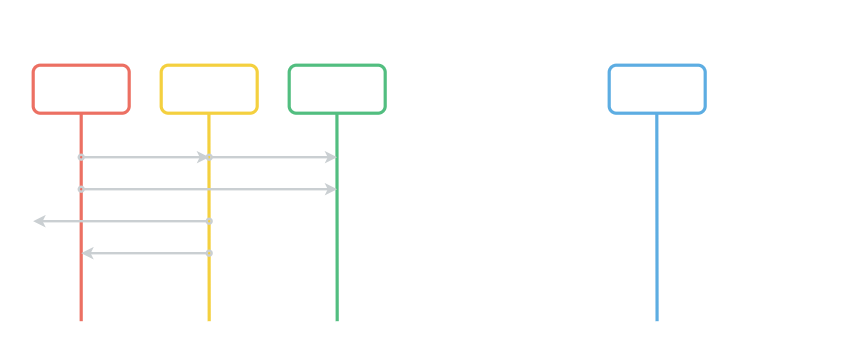
The draw.io diagram images/local_git_repository_basic_workflow.png in joseesco24/notas_de_desarrollo, before a commit. Source tidied: cells renumbered, new cells last; positions are measured from the earlier drawing's top-left corner, leaving out a move shared by most shapes. The source it was exported from:
```xml
<mxGraphModel background="#000000">
  <root>
    <mxCell id="0" />
    <mxCell id="1" parent="0" />
    <mxCell id="2" style="rounded=1;whiteSpace=wrap;html=1;dashed=1;strokeWidth=2;shadow=0;sketch=0;glass=0;fillColor=none;strokeColor=#FFFFFF;" parent="1" vertex="1">
      <mxGeometry x="560" width="520" height="440" as="geometry" />
    </mxCell>
    <mxCell id="3" style="rounded=1;whiteSpace=wrap;html=1;dashed=1;strokeWidth=2;shadow=0;sketch=0;glass=0;fillColor=none;strokeColor=#FFFFFF;" parent="1" vertex="1">
      <mxGeometry width="520" height="440" as="geometry" />
    </mxCell>
    <mxCell id="4" style="rounded=1;whiteSpace=wrap;html=1;strokeColor=#EC7063;strokeWidth=4;fillColor=none;" parent="1" vertex="1">
      <mxGeometry x="40" y="80" width="120" height="60" as="geometry" />
    </mxCell>
    <mxCell id="5" style="rounded=1;whiteSpace=wrap;html=1;strokeColor=#F4D03F;strokeWidth=4;fillColor=none;" parent="1" vertex="1">
      <mxGeometry x="200" y="80" width="120" height="60" as="geometry" />
    </mxCell>
    <mxCell id="6" style="rounded=1;whiteSpace=wrap;html=1;strokeColor=#52BE80;strokeWidth=4;fillColor=none;" parent="1" vertex="1">
      <mxGeometry x="360" y="80" width="120" height="60" as="geometry" />
    </mxCell>
    <mxCell id="7" style="endArrow=none;html=1;entryX=0.5;entryY=1;entryDx=0;entryDy=0;strokeColor=#EC7063;strokeWidth=4;" parent="1" edge="1" target="4">
      <mxGeometry relative="1" as="geometry">
        <mxPoint x="100" y="400" as="sourcePoint" />
      </mxGeometry>
    </mxCell>
    <mxCell id="8" style="endArrow=none;html=1;entryX=0.5;entryY=1;entryDx=0;entryDy=0;strokeColor=#F4D03F;strokeWidth=4;" parent="1" edge="1">
      <mxGeometry relative="1" as="geometry">
        <mxPoint x="260" y="400" as="sourcePoint" />
        <mxPoint x="259.7" y="140" as="targetPoint" />
      </mxGeometry>
    </mxCell>
    <mxCell id="9" style="endArrow=none;html=1;entryX=0.5;entryY=1;entryDx=0;entryDy=0;strokeColor=#52BE80;strokeWidth=4;" parent="1" edge="1">
      <mxGeometry relative="1" as="geometry">
        <mxPoint x="420" y="400" as="sourcePoint" />
        <mxPoint x="419.7" y="140" as="targetPoint" />
      </mxGeometry>
    </mxCell>
    <mxCell id="10" value="&lt;h1&gt;&lt;font color=&quot;#ffffff&quot;&gt;Local&lt;/font&gt;&lt;/h1&gt;" style="text;html=1;strokeColor=none;fillColor=none;align=center;verticalAlign=middle;whiteSpace=wrap;rounded=0;shadow=0;glass=0;dashed=1;sketch=0;" parent="1" vertex="1">
      <mxGeometry x="200" y="20" width="120" height="40" as="geometry" />
    </mxCell>
    <mxCell id="11" value="&lt;h3&gt;&lt;font color=&quot;#ffffff&quot;&gt;Área de staging&lt;/font&gt;&lt;/h3&gt;" style="text;html=1;strokeColor=none;fillColor=none;align=center;verticalAlign=middle;whiteSpace=wrap;rounded=0;shadow=0;glass=0;dashed=1;sketch=0;" parent="1" vertex="1">
      <mxGeometry x="200" y="90" width="120" height="40" as="geometry" />
    </mxCell>
    <mxCell id="12" value="&lt;h3&gt;&lt;font color=&quot;#ffffff&quot;&gt;Repositorio local&lt;/font&gt;&lt;br&gt;&lt;/h3&gt;" style="text;html=1;strokeColor=none;fillColor=none;align=center;verticalAlign=middle;whiteSpace=wrap;rounded=0;shadow=0;glass=0;dashed=1;sketch=0;" parent="1" vertex="1">
      <mxGeometry x="360" y="90" width="120" height="40" as="geometry" />
    </mxCell>
    <mxCell id="13" value="&lt;h3&gt;&lt;font color=&quot;#ffffff&quot;&gt;Directorio de trabajo&lt;/font&gt;&lt;br&gt;&lt;/h3&gt;" style="text;html=1;strokeColor=none;fillColor=none;align=center;verticalAlign=middle;whiteSpace=wrap;rounded=0;shadow=0;glass=0;dashed=1;sketch=0;" parent="1" vertex="1">
      <mxGeometry x="40" y="90" width="120" height="40" as="geometry" />
    </mxCell>
    <mxCell id="14" style="endArrow=classic;html=1;strokeWidth=3;strokeColor=#CACFD2;startArrow=oval;startFill=0;" parent="1" edge="1">
      <mxGeometry relative="1" as="geometry">
        <mxPoint x="100" y="195" as="sourcePoint" />
        <mxPoint x="260" y="195" as="targetPoint" />
      </mxGeometry>
    </mxCell>
    <mxCell id="15" style="endArrow=classic;html=1;strokeWidth=3;strokeColor=#CACFD2;startArrow=oval;startFill=0;" parent="1" edge="1">
      <mxGeometry relative="1" as="geometry">
        <mxPoint x="260" y="195" as="sourcePoint" />
        <mxPoint x="420" y="195" as="targetPoint" />
      </mxGeometry>
    </mxCell>
    <mxCell id="16" value="&lt;font style=&quot;font-size: 12px&quot; color=&quot;#ffffff&quot;&gt;&lt;b&gt;git add&lt;/b&gt;&lt;/font&gt;" style="text;html=1;strokeColor=none;fillColor=none;align=center;verticalAlign=middle;whiteSpace=wrap;rounded=0;shadow=0;glass=0;dashed=1;sketch=0;" parent="1" vertex="1">
      <mxGeometry x="150" y="175" width="60" height="20" as="geometry" />
    </mxCell>
    <mxCell id="17" value="&lt;b&gt;&lt;font color=&quot;#ffffff&quot;&gt;git commit&lt;/font&gt;&lt;/b&gt;" style="text;html=1;strokeColor=none;fillColor=none;align=center;verticalAlign=middle;whiteSpace=wrap;rounded=0;shadow=0;glass=0;dashed=1;sketch=0;" parent="1" vertex="1">
      <mxGeometry x="300" y="175" width="80" height="20" as="geometry" />
    </mxCell>
    <mxCell id="18" style="endArrow=oval;html=1;strokeWidth=3;startArrow=classic;startFill=1;endFill=0;strokeColor=#CACFD2;" parent="1" edge="1">
      <mxGeometry relative="1" as="geometry">
        <mxPoint x="100" y="315" as="sourcePoint" />
        <mxPoint x="260" y="315" as="targetPoint" />
      </mxGeometry>
    </mxCell>
    <mxCell id="19" value="&lt;font style=&quot;font-size: 12px&quot; color=&quot;#ffffff&quot;&gt;&lt;b&gt;git rm --cached&lt;/b&gt;&lt;/font&gt;" style="text;html=1;strokeColor=none;fillColor=none;align=center;verticalAlign=middle;whiteSpace=wrap;rounded=0;shadow=0;glass=0;dashed=1;sketch=0;" parent="1" vertex="1">
      <mxGeometry x="130" y="295" width="100" height="20" as="geometry" />
    </mxCell>
    <mxCell id="20" style="endArrow=oval;html=1;strokeWidth=3;startArrow=classic;startFill=1;endFill=0;strokeColor=#CACFD2;" parent="1" edge="1">
      <mxGeometry relative="1" as="geometry">
        <mxPoint x="40" y="275" as="sourcePoint" />
        <mxPoint x="260" y="275" as="targetPoint" />
      </mxGeometry>
    </mxCell>
    <mxCell id="21" value="&lt;font style=&quot;font-size: 12px&quot; color=&quot;#ffffff&quot;&gt;&lt;b&gt;git rm --force&lt;/b&gt;&lt;/font&gt;" style="text;html=1;strokeColor=none;fillColor=none;align=center;verticalAlign=middle;whiteSpace=wrap;rounded=0;shadow=0;glass=0;dashed=1;sketch=0;" parent="1" vertex="1">
      <mxGeometry x="130" y="255" width="100" height="20" as="geometry" />
    </mxCell>
    <mxCell id="22" style="endArrow=classic;html=1;strokeWidth=3;startArrow=oval;startFill=0;endFill=1;strokeColor=#CACFD2;" parent="1" edge="1">
      <mxGeometry relative="1" as="geometry">
        <mxPoint x="100" y="235" as="sourcePoint" />
        <mxPoint x="420" y="235" as="targetPoint" />
      </mxGeometry>
    </mxCell>
    <mxCell id="23" value="&lt;font style=&quot;font-size: 12px&quot; color=&quot;#ffffff&quot;&gt;&lt;b&gt;git commit --all&lt;/b&gt;&lt;/font&gt;" style="text;html=1;strokeColor=none;fillColor=none;align=center;verticalAlign=middle;whiteSpace=wrap;rounded=0;shadow=0;glass=0;dashed=1;sketch=0;" parent="1" vertex="1">
      <mxGeometry x="130" y="215" width="100" height="20" as="geometry" />
    </mxCell>
    <mxCell id="24" style="rounded=1;whiteSpace=wrap;html=1;strokeWidth=4;fillColor=none;strokeColor=#5DADE2;" parent="1" vertex="1">
      <mxGeometry x="760" y="80" width="120" height="60" as="geometry" />
    </mxCell>
    <mxCell id="25" value="&lt;h3&gt;&lt;font color=&quot;#ffffff&quot;&gt;Repositorio remoto&lt;/font&gt;&lt;/h3&gt;" style="text;html=1;strokeColor=none;fillColor=none;align=center;verticalAlign=middle;whiteSpace=wrap;rounded=0;shadow=0;glass=0;dashed=1;sketch=0;" parent="1" vertex="1">
      <mxGeometry x="760" y="90" width="120" height="40" as="geometry" />
    </mxCell>
    <mxCell id="26" style="endArrow=none;html=1;entryX=0.5;entryY=1;entryDx=0;entryDy=0;strokeWidth=4;strokeColor=#5DADE2;" parent="1" edge="1">
      <mxGeometry relative="1" as="geometry">
        <mxPoint x="819.8" y="400" as="sourcePoint" />
        <mxPoint x="819.5" y="140" as="targetPoint" />
      </mxGeometry>
    </mxCell>
    <mxCell id="27" value="&lt;h1&gt;&lt;font color=&quot;#ffffff&quot;&gt;Remoto&lt;/font&gt;&lt;/h1&gt;" style="text;html=1;strokeColor=none;fillColor=none;align=center;verticalAlign=middle;whiteSpace=wrap;rounded=0;shadow=0;glass=0;dashed=1;sketch=0;" parent="1" vertex="1">
      <mxGeometry x="760" y="20" width="120" height="40" as="geometry" />
    </mxCell>
  </root>
</mxGraphModel>
```
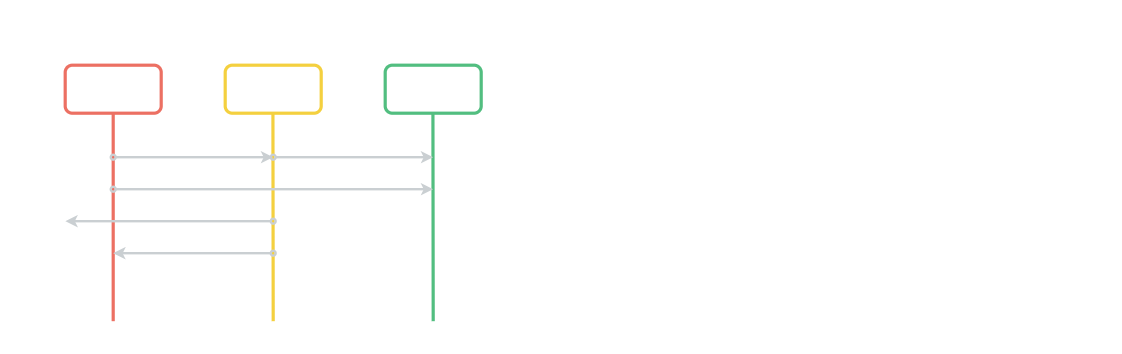
After the change.

Commit message:
Mejoras en el diagrama de flujo de trabajo basico con git

Diff of the diagram source:
```diff
@@ -2,109 +2,96 @@
   <root>
     <mxCell id="0" />
     <mxCell id="1" parent="0" />
-    <mxCell id="2" style="rounded=1;whiteSpace=wrap;html=1;dashed=1;strokeWidth=2;shadow=0;sketch=0;glass=0;fillColor=none;strokeColor=#FFFFFF;" parent="1" vertex="1">
-      <mxGeometry x="560" width="520" height="440" as="geometry" />
-    </mxCell>
+    <mxCell id="28" style="rounded=1;whiteSpace=wrap;html=1;dashed=1;strokeWidth=2;shadow=0;sketch=0;glass=0;fillColor=none;strokeColor=#FFFFFF;" parent="1" vertex="1">
+      <mxGeometry x="560" width="680" height="440" as="geometry" />
+    </mxCell>
     <mxCell id="3" style="rounded=1;whiteSpace=wrap;html=1;dashed=1;strokeWidth=2;shadow=0;sketch=0;glass=0;fillColor=none;strokeColor=#FFFFFF;" parent="1" vertex="1">
-      <mxGeometry width="520" height="440" as="geometry" />
+      <mxGeometry x="-160" width="680" height="440" as="geometry" />
     </mxCell>
     <mxCell id="4" style="rounded=1;whiteSpace=wrap;html=1;strokeColor=#EC7063;strokeWidth=4;fillColor=none;" parent="1" vertex="1">
-      <mxGeometry x="40" y="80" width="120" height="60" as="geometry" />
+      <mxGeometry x="-80" y="80" width="120" height="60" as="geometry" />
     </mxCell>
     <mxCell id="5" style="rounded=1;whiteSpace=wrap;html=1;strokeColor=#F4D03F;strokeWidth=4;fillColor=none;" parent="1" vertex="1">
-      <mxGeometry x="200" y="80" width="120" height="60" as="geometry" />
+      <mxGeometry x="120" y="80" width="120" height="60" as="geometry" />
     </mxCell>
     <mxCell id="6" style="rounded=1;whiteSpace=wrap;html=1;strokeColor=#52BE80;strokeWidth=4;fillColor=none;" parent="1" vertex="1">
-      <mxGeometry x="360" y="80" width="120" height="60" as="geometry" />
+      <mxGeometry x="320" y="80" width="120" height="60" as="geometry" />
     </mxCell>
     <mxCell id="7" style="endArrow=none;html=1;entryX=0.5;entryY=1;entryDx=0;entryDy=0;strokeColor=#EC7063;strokeWidth=4;" parent="1" edge="1" target="4">
       <mxGeometry relative="1" as="geometry">
-        <mxPoint x="100" y="400" as="sourcePoint" />
+        <mxPoint x="-20" y="400" as="sourcePoint" />
       </mxGeometry>
     </mxCell>
     <mxCell id="8" style="endArrow=none;html=1;entryX=0.5;entryY=1;entryDx=0;entryDy=0;strokeColor=#F4D03F;strokeWidth=4;" parent="1" edge="1">
       <mxGeometry relative="1" as="geometry">
-        <mxPoint x="260" y="400" as="sourcePoint" />
-        <mxPoint x="259.7" y="140" as="targetPoint" />
+        <mxPoint x="180" y="400" as="sourcePoint" />
+        <mxPoint x="179.7" y="140" as="targetPoint" />
       </mxGeometry>
     </mxCell>
     <mxCell id="9" style="endArrow=none;html=1;entryX=0.5;entryY=1;entryDx=0;entryDy=0;strokeColor=#52BE80;strokeWidth=4;" parent="1" edge="1">
       <mxGeometry relative="1" as="geometry">
-        <mxPoint x="420" y="400" as="sourcePoint" />
-        <mxPoint x="419.7" y="140" as="targetPoint" />
+        <mxPoint x="380" y="400" as="sourcePoint" />
+        <mxPoint x="379.7" y="140" as="targetPoint" />
       </mxGeometry>
     </mxCell>
     <mxCell id="10" value="&lt;h1&gt;&lt;font color=&quot;#ffffff&quot;&gt;Local&lt;/font&gt;&lt;/h1&gt;" style="text;html=1;strokeColor=none;fillColor=none;align=center;verticalAlign=middle;whiteSpace=wrap;rounded=0;shadow=0;glass=0;dashed=1;sketch=0;" parent="1" vertex="1">
-      <mxGeometry x="200" y="20" width="120" height="40" as="geometry" />
+      <mxGeometry x="120" y="20" width="120" height="40" as="geometry" />
     </mxCell>
     <mxCell id="11" value="&lt;h3&gt;&lt;font color=&quot;#ffffff&quot;&gt;Área de staging&lt;/font&gt;&lt;/h3&gt;" style="text;html=1;strokeColor=none;fillColor=none;align=center;verticalAlign=middle;whiteSpace=wrap;rounded=0;shadow=0;glass=0;dashed=1;sketch=0;" parent="1" vertex="1">
-      <mxGeometry x="200" y="90" width="120" height="40" as="geometry" />
+      <mxGeometry x="120" y="90" width="120" height="40" as="geometry" />
     </mxCell>
     <mxCell id="12" value="&lt;h3&gt;&lt;font color=&quot;#ffffff&quot;&gt;Repositorio local&lt;/font&gt;&lt;br&gt;&lt;/h3&gt;" style="text;html=1;strokeColor=none;fillColor=none;align=center;verticalAlign=middle;whiteSpace=wrap;rounded=0;shadow=0;glass=0;dashed=1;sketch=0;" parent="1" vertex="1">
-      <mxGeometry x="360" y="90" width="120" height="40" as="geometry" />
+      <mxGeometry x="320" y="90" width="120" height="40" as="geometry" />
     </mxCell>
     <mxCell id="13" value="&lt;h3&gt;&lt;font color=&quot;#ffffff&quot;&gt;Directorio de trabajo&lt;/font&gt;&lt;br&gt;&lt;/h3&gt;" style="text;html=1;strokeColor=none;fillColor=none;align=center;verticalAlign=middle;whiteSpace=wrap;rounded=0;shadow=0;glass=0;dashed=1;sketch=0;" parent="1" vertex="1">
-      <mxGeometry x="40" y="90" width="120" height="40" as="geometry" />
+      <mxGeometry x="-80" y="90" width="120" height="40" as="geometry" />
     </mxCell>
     <mxCell id="14" style="endArrow=classic;html=1;strokeWidth=3;strokeColor=#CACFD2;startArrow=oval;startFill=0;" parent="1" edge="1">
       <mxGeometry relative="1" as="geometry">
-        <mxPoint x="100" y="195" as="sourcePoint" />
-        <mxPoint x="260" y="195" as="targetPoint" />
+        <mxPoint x="-20" y="195" as="sourcePoint" />
+        <mxPoint x="180" y="195" as="targetPoint" />
       </mxGeometry>
     </mxCell>
     <mxCell id="15" style="endArrow=classic;html=1;strokeWidth=3;strokeColor=#CACFD2;startArrow=oval;startFill=0;" parent="1" edge="1">
       <mxGeometry relative="1" as="geometry">
-        <mxPoint x="260" y="195" as="sourcePoint" />
-        <mxPoint x="420" y="195" as="targetPoint" />
+        <mxPoint x="180" y="195" as="sourcePoint" />
+        <mxPoint x="380" y="195" as="targetPoint" />
       </mxGeometry>
     </mxCell>
     <mxCell id="16" value="&lt;font style=&quot;font-size: 12px&quot; color=&quot;#ffffff&quot;&gt;&lt;b&gt;git add&lt;/b&gt;&lt;/font&gt;" style="text;html=1;strokeColor=none;fillColor=none;align=center;verticalAlign=middle;whiteSpace=wrap;rounded=0;shadow=0;glass=0;dashed=1;sketch=0;" parent="1" vertex="1">
-      <mxGeometry x="150" y="175" width="60" height="20" as="geometry" />
+      <mxGeometry x="40" y="174" width="80" height="20" as="geometry" />
     </mxCell>
     <mxCell id="17" value="&lt;b&gt;&lt;font color=&quot;#ffffff&quot;&gt;git commit&lt;/font&gt;&lt;/b&gt;" style="text;html=1;strokeColor=none;fillColor=none;align=center;verticalAlign=middle;whiteSpace=wrap;rounded=0;shadow=0;glass=0;dashed=1;sketch=0;" parent="1" vertex="1">
-      <mxGeometry x="300" y="175" width="80" height="20" as="geometry" />
+      <mxGeometry x="220" y="174" width="80" height="20" as="geometry" />
     </mxCell>
     <mxCell id="18" style="endArrow=oval;html=1;strokeWidth=3;startArrow=classic;startFill=1;endFill=0;strokeColor=#CACFD2;" parent="1" edge="1">
       <mxGeometry relative="1" as="geometry">
-        <mxPoint x="100" y="315" as="sourcePoint" />
-        <mxPoint x="260" y="315" as="targetPoint" />
+        <mxPoint x="-20" y="315" as="sourcePoint" />
+        <mxPoint x="180" y="315" as="targetPoint" />
       </mxGeometry>
     </mxCell>
     <mxCell id="19" value="&lt;font style=&quot;font-size: 12px&quot; color=&quot;#ffffff&quot;&gt;&lt;b&gt;git rm --cached&lt;/b&gt;&lt;/font&gt;" style="text;html=1;strokeColor=none;fillColor=none;align=center;verticalAlign=middle;whiteSpace=wrap;rounded=0;shadow=0;glass=0;dashed=1;sketch=0;" parent="1" vertex="1">
-      <mxGeometry x="130" y="295" width="100" height="20" as="geometry" />
+      <mxGeometry x="30" y="294" width="100" height="20" as="geometry" />
     </mxCell>
-    <mxCell id="20" style="endArrow=oval;html=1;strokeWidth=3;startArrow=classic;startFill=1;endFill=0;strokeColor=#CACFD2;" parent="1" edge="1">
+    <mxCell id="20" style="endArrow=oval;html=1;strokeWidth=3;startArrow=classic;startFill=1;endFill=0;strokeColor=#CACFD2;exitX=0.118;exitY=0.625;exitDx=0;exitDy=0;exitPerimeter=0;" parent="1" edge="1" source="3">
       <mxGeometry relative="1" as="geometry">
-        <mxPoint x="40" y="275" as="sourcePoint" />
-        <mxPoint x="260" y="275" as="targetPoint" />
+        <mxPoint x="180" y="275" as="targetPoint" />
       </mxGeometry>
     </mxCell>
     <mxCell id="21" value="&lt;font style=&quot;font-size: 12px&quot; color=&quot;#ffffff&quot;&gt;&lt;b&gt;git rm --force&lt;/b&gt;&lt;/font&gt;" style="text;html=1;strokeColor=none;fillColor=none;align=center;verticalAlign=middle;whiteSpace=wrap;rounded=0;shadow=0;glass=0;dashed=1;sketch=0;" parent="1" vertex="1">
-      <mxGeometry x="130" y="255" width="100" height="20" as="geometry" />
+      <mxGeometry x="30" y="254" width="100" height="20" as="geometry" />
     </mxCell>
     <mxCell id="22" style="endArrow=classic;html=1;strokeWidth=3;startArrow=oval;startFill=0;endFill=1;strokeColor=#CACFD2;" parent="1" edge="1">
       <mxGeometry relative="1" as="geometry">
-        <mxPoint x="100" y="235" as="sourcePoint" />
-        <mxPoint x="420" y="235" as="targetPoint" />
+        <mxPoint x="-20" y="235" as="sourcePoint" />
+        <mxPoint x="380" y="235" as="targetPoint" />
       </mxGeometry>
     </mxCell>
     <mxCell id="23" value="&lt;font style=&quot;font-size: 12px&quot; color=&quot;#ffffff&quot;&gt;&lt;b&gt;git commit --all&lt;/b&gt;&lt;/font&gt;" style="text;html=1;strokeColor=none;fillColor=none;align=center;verticalAlign=middle;whiteSpace=wrap;rounded=0;shadow=0;glass=0;dashed=1;sketch=0;" parent="1" vertex="1">
-      <mxGeometry x="130" y="215" width="100" height="20" as="geometry" />
+      <mxGeometry x="30" y="213.5" width="100" height="20" as="geometry" />
     </mxCell>
-    <mxCell id="24" style="rounded=1;whiteSpace=wrap;html=1;strokeWidth=4;fillColor=none;strokeColor=#5DADE2;" parent="1" vertex="1">
-      <mxGeometry x="760" y="80" width="120" height="60" as="geometry" />
-    </mxCell>
-    <mxCell id="25" value="&lt;h3&gt;&lt;font color=&quot;#ffffff&quot;&gt;Repositorio remoto&lt;/font&gt;&lt;/h3&gt;" style="text;html=1;strokeColor=none;fillColor=none;align=center;verticalAlign=middle;whiteSpace=wrap;rounded=0;shadow=0;glass=0;dashed=1;sketch=0;" parent="1" vertex="1">
-      <mxGeometry x="760" y="90" width="120" height="40" as="geometry" />
-    </mxCell>
-    <mxCell id="26" style="endArrow=none;html=1;entryX=0.5;entryY=1;entryDx=0;entryDy=0;strokeWidth=4;strokeColor=#5DADE2;" parent="1" edge="1">
-      <mxGeometry relative="1" as="geometry">
-        <mxPoint x="819.8" y="400" as="sourcePoint" />
-        <mxPoint x="819.5" y="140" as="targetPoint" />
-      </mxGeometry>
-    </mxCell>
     <mxCell id="27" value="&lt;h1&gt;&lt;font color=&quot;#ffffff&quot;&gt;Remoto&lt;/font&gt;&lt;/h1&gt;" style="text;html=1;strokeColor=none;fillColor=none;align=center;verticalAlign=middle;whiteSpace=wrap;rounded=0;shadow=0;glass=0;dashed=1;sketch=0;" parent="1" vertex="1">
-      <mxGeometry x="760" y="20" width="120" height="40" as="geometry" />
+      <mxGeometry x="840" y="20" width="120" height="40" as="geometry" />
     </mxCell>
   </root>
 </mxGraphModel>
```
